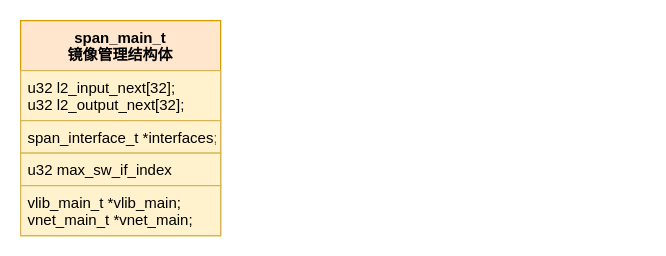
The draw.io diagram new_map/vpp-span.drawio in jin13417/dpdk-vpp-learning, before the edit. Source tidied: cells renumbered, new cells numbered last; positions are measured from the earlier drawing's top-left corner, leaving out a move shared by most shapes. Both pictures are drawn from the tidied source at 125%, with x=0, y=0 at pixel (20, 20).
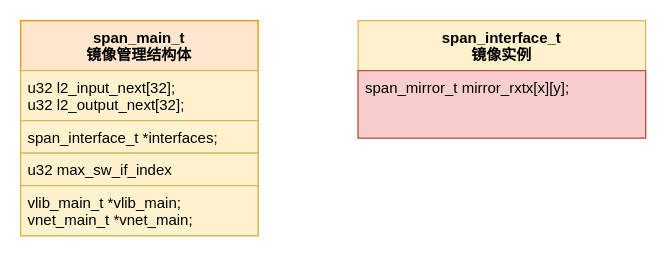
Above is the later version.

Change to the diagram source:
```diff
@@
 <mxGraphModel>
   <root>
     <mxCell id="0" />
     <mxCell id="1" parent="0" />
     <mxCell id="2" value="span_main_t&#10;镜像管理结构体" style="swimlane;fontStyle=1;align=center;verticalAlign=top;horizontal=1;startSize=40;fillColor=#ffe6cc;strokeColor=#d79b00;" parent="1" vertex="1">
-      <mxGeometry width="160" height="172" as="geometry" />
+      <mxGeometry width="190" height="172" as="geometry" />
     </mxCell>
     <mxCell id="3" value="u32 l2_input_next[32];&#10;u32 l2_output_next[32];" style="text;strokeColor=#d6b656;fillColor=#fff2cc;align=left;verticalAlign=top;spacingLeft=4;spacingRight=4;overflow=hidden;" parent="2" vertex="1">
-      <mxGeometry y="40" width="160" height="40" as="geometry" />
+      <mxGeometry y="40" width="190" height="40" as="geometry" />
     </mxCell>
     <mxCell id="4" value="span_interface_t *interfaces;" style="text;strokeColor=#d6b656;fillColor=#fff2cc;align=left;verticalAlign=top;spacingLeft=4;spacingRight=4;overflow=hidden;" parent="2" vertex="1">
-      <mxGeometry y="80" width="160" height="26" as="geometry" />
+      <mxGeometry y="80" width="190" height="26" as="geometry" />
     </mxCell>
     <mxCell id="5" value="u32 max_sw_if_index" style="text;fillColor=#fff2cc;align=left;verticalAlign=top;spacingLeft=4;spacingRight=4;overflow=hidden;strokeColor=#d6b656;" parent="2" vertex="1">
-      <mxGeometry y="106" width="160" height="26" as="geometry" />
+      <mxGeometry y="106" width="190" height="26" as="geometry" />
     </mxCell>
     <mxCell id="6" value="vlib_main_t *vlib_main;&#10;vnet_main_t *vnet_main;" style="text;fillColor=#fff2cc;align=left;verticalAlign=top;spacingLeft=4;spacingRight=4;overflow=hidden;strokeColor=#d6b656;" parent="2" vertex="1">
-      <mxGeometry y="132" width="160" height="40" as="geometry" />
+      <mxGeometry y="132" width="190" height="40" as="geometry" />
     </mxCell>
+    <mxCell id="7" value="span_interface_t&#10;镜像实例" style="swimlane;fontStyle=1;align=center;verticalAlign=top;horizontal=1;startSize=40;strokeColor=#d6b656;fillColor=#fff2cc;" parent="1" vertex="1">
+      <mxGeometry x="270" width="230" height="94" as="geometry" />
+    </mxCell>
+    <mxCell id="8" value="span_mirror_t mirror_rxtx[x][y];" style="text;strokeColor=#b85450;fillColor=#f8cecc;align=left;verticalAlign=top;spacingLeft=4;spacingRight=4;overflow=hidden;" parent="7" vertex="1">
+      <mxGeometry y="40" width="230" height="54" as="geometry" />
+    </mxCell>
   </root>
 </mxGraphModel>
```
